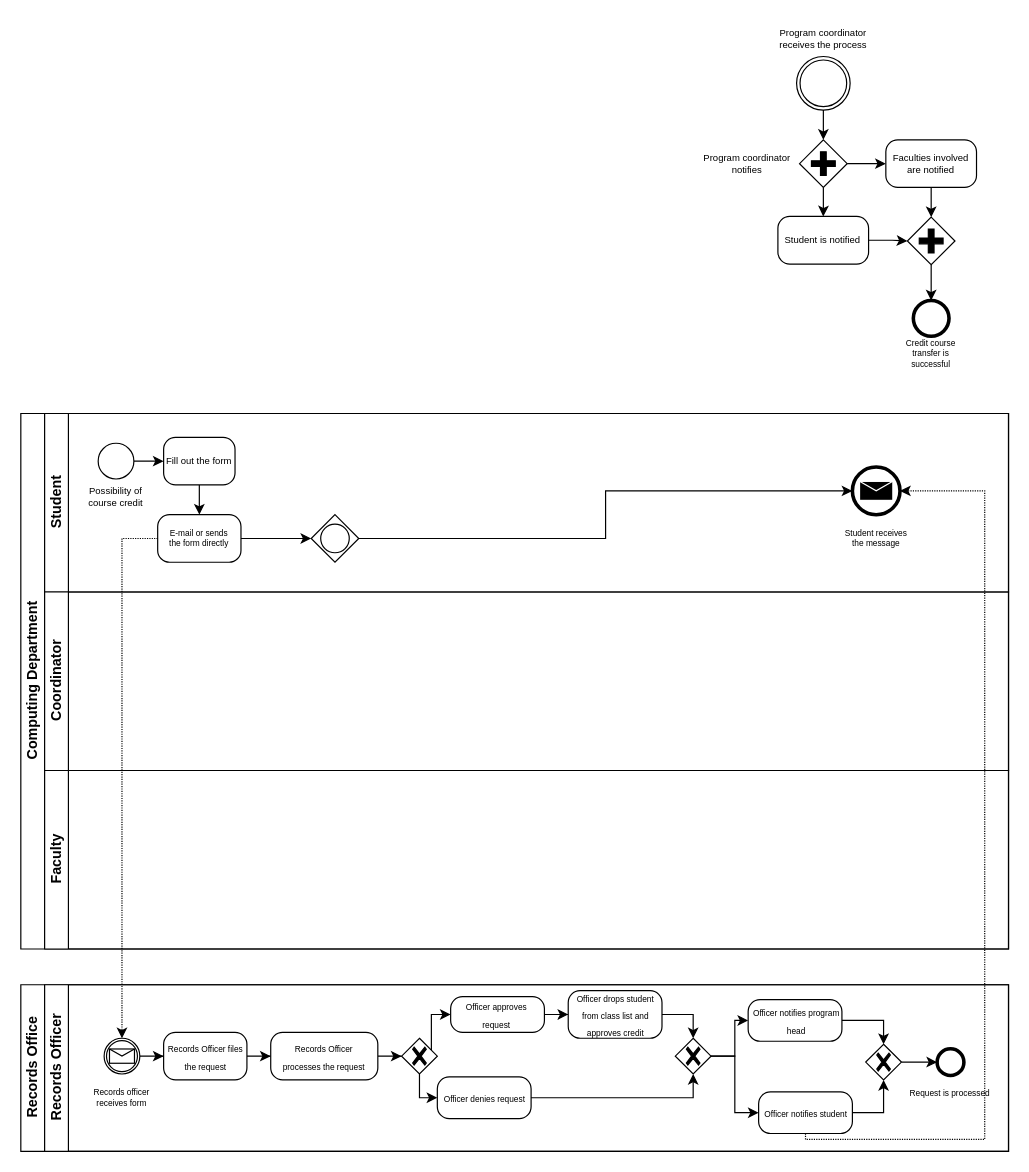
Above: Untitled Diagram.drawio in gdcho/comp1712 (draw.io), before the change. Source tidied: cells renumbered, new cells numbered last; positions are measured from the earlier drawing's top-left corner, leaving out a move shared by most shapes. Both pictures are drawn from the tidied source at 119%, with x=0, y=0 at pixel (20, 20).
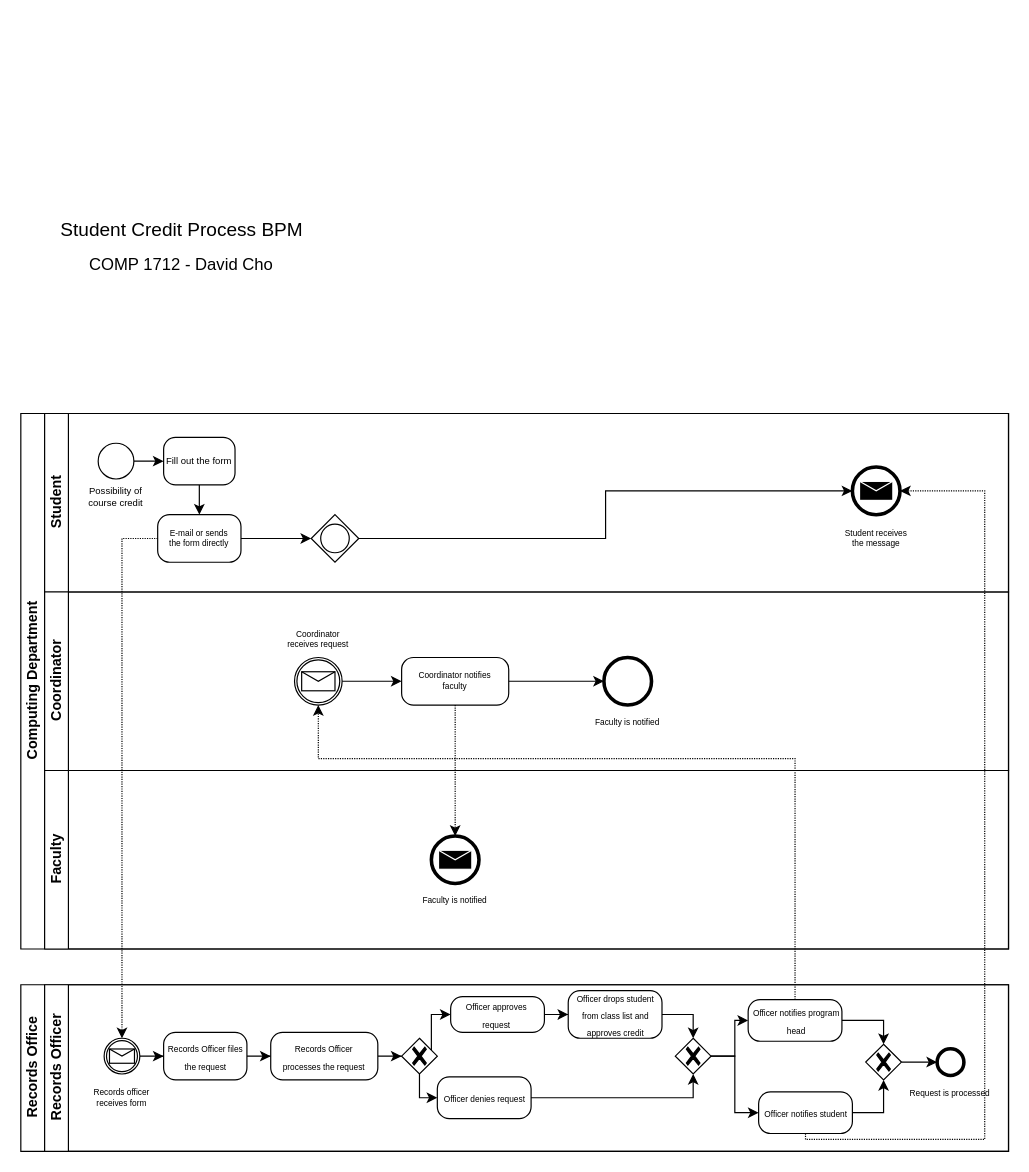
Above is the later version.

The change refers to these unchanged cells:
```xml
<mxCell id="17" value="&lt;div&gt;Computing Department&lt;/div&gt;" style="swimlane;horizontal=0;startSize=20;html=1;" parent="1" vertex="1">
  <mxGeometry y="330" width="830" height="450" as="geometry" />
</mxCell>
<mxCell id="31" value="Coordinator" style="swimlane;startSize=20;horizontal=0;html=1;" parent="17" vertex="1">
  <mxGeometry x="20" y="150" width="810" height="150" as="geometry" />
</mxCell>
<mxCell id="32" value="Faculty" style="swimlane;startSize=20;horizontal=0;html=1;" parent="17" vertex="1">
  <mxGeometry x="20" y="300" width="810" height="150" as="geometry" />
</mxCell>
<mxCell id="60" style="points=[[0.25,0,0],[0.5,0,0],[0.75,0,0],[1,0.25,0],[1,0.5,0],[1,0.75,0],[0.75,1,0],[0.5,1,0],[0.25,1,0],[0,0.75,0],[0,0.5,0],[0,0.25,0]];shape=mxgraph.bpmn.task;whiteSpace=wrap;rectStyle=rounded;size=10;html=1;taskMarker=abstract;" parent="34" vertex="1">
  <mxGeometry x="591.2" y="12.5" width="78.8" height="35" as="geometry" />
</mxCell>
```

Diff of the diagram source:
```diff
@@
-    <mxCell id="2" style="points=[[0.145,0.145,0],[0.5,0,0],[0.855,0.145,0],[1,0.5,0],[0.855,0.855,0],[0.5,1,0],[0.145,0.855,0],[0,0.5,0]];shape=mxgraph.bpmn.event;html=1;verticalLabelPosition=bottom;labelBackgroundColor=#ffffff;verticalAlign=top;align=center;perimeter=ellipsePerimeter;outlineConnect=0;outline=end;symbol=terminate2;" parent="1" vertex="1">
-      <mxGeometry x="750" y="235" width="30" height="30" as="geometry" />
-    </mxCell>
-    <mxCell id="3" value="Credit course transfer is successful" style="text;html=1;strokeColor=none;fillColor=none;align=center;verticalAlign=middle;whiteSpace=wrap;rounded=0;fontSize=7;" parent="1" vertex="1">
-      <mxGeometry x="735" y="265" width="60" height="30" as="geometry" />
-    </mxCell>
-    <mxCell id="4" style="edgeStyle=orthogonalEdgeStyle;rounded=0;jettySize=auto;html=1;fontSize=8;" parent="1" edge="1" source="5" target="9">
-      <mxGeometry relative="1" as="geometry" />
-    </mxCell>
-    <mxCell id="5" style="points=[[0.145,0.145,0],[0.5,0,0],[0.855,0.145,0],[1,0.5,0],[0.855,0.855,0],[0.5,1,0],[0.145,0.855,0],[0,0.5,0]];shape=mxgraph.bpmn.event;html=1;verticalLabelPosition=bottom;labelBackgroundColor=#ffffff;verticalAlign=top;align=center;perimeter=ellipsePerimeter;outlineConnect=0;outline=throwing;symbol=general;fontSize=8;" parent="1" vertex="1">
-      <mxGeometry x="651.9" y="30" width="45" height="45" as="geometry" />
-    </mxCell>
-    <mxCell id="6" value="Program coordinator receives the process" style="text;html=1;strokeColor=none;fillColor=none;align=center;verticalAlign=middle;whiteSpace=wrap;rounded=0;fontSize=8;" parent="1" vertex="1">
-      <mxGeometry x="630.7" width="87.2" height="30" as="geometry" />
-    </mxCell>
-    <mxCell id="7" style="edgeStyle=orthogonalEdgeStyle;rounded=0;jettySize=auto;html=1;fontSize=8;" parent="1" edge="1" source="9" target="13">
-      <mxGeometry relative="1" as="geometry" />
-    </mxCell>
-    <mxCell id="8" style="edgeStyle=orthogonalEdgeStyle;rounded=0;jettySize=auto;html=1;fontSize=8;" parent="1" edge="1" source="9" target="11">
-      <mxGeometry relative="1" as="geometry" />
-    </mxCell>
-    <mxCell id="9" style="points=[[0.25,0.25,0],[0.5,0,0],[0.75,0.25,0],[1,0.5,0],[0.75,0.75,0],[0.5,1,0],[0.25,0.75,0],[0,0.5,0]];shape=mxgraph.bpmn.gateway2;html=1;verticalLabelPosition=bottom;labelBackgroundColor=#ffffff;verticalAlign=top;align=center;perimeter=rhombusPerimeter;outlineConnect=0;outline=none;symbol=none;gwType=parallel;fontSize=8;" parent="1" vertex="1">
-      <mxGeometry x="654.4" y="100" width="40" height="40" as="geometry" />
-    </mxCell>
-    <mxCell id="10" style="edgeStyle=orthogonalEdgeStyle;rounded=0;jettySize=auto;html=1;fontSize=8;" parent="1" edge="1" source="11" target="15">
-      <mxGeometry relative="1" as="geometry" />
-    </mxCell>
-    <mxCell id="11" value="Student is notified" style="points=[[0.25,0,0],[0.5,0,0],[0.75,0,0],[1,0.25,0],[1,0.5,0],[1,0.75,0],[0.75,1,0],[0.5,1,0],[0.25,1,0],[0,0.75,0],[0,0.5,0],[0,0.25,0]];shape=mxgraph.bpmn.task;whiteSpace=wrap;rectStyle=rounded;size=10;html=1;taskMarker=abstract;fontSize=8;" parent="1" vertex="1">
-      <mxGeometry x="636.2" y="164.4" width="76.2" height="40" as="geometry" />
-    </mxCell>
-    <mxCell id="12" style="edgeStyle=orthogonalEdgeStyle;rounded=0;jettySize=auto;html=1;fontSize=8;" parent="1" edge="1" source="13" target="15">
-      <mxGeometry relative="1" as="geometry" />
-    </mxCell>
-    <mxCell id="13" value="Faculties involved are notified" style="points=[[0.25,0,0],[0.5,0,0],[0.75,0,0],[1,0.25,0],[1,0.5,0],[1,0.75,0],[0.75,1,0],[0.5,1,0],[0.25,1,0],[0,0.75,0],[0,0.5,0],[0,0.25,0]];shape=mxgraph.bpmn.task;whiteSpace=wrap;rectStyle=rounded;size=10;html=1;taskMarker=abstract;fontSize=8;" parent="1" vertex="1">
-      <mxGeometry x="726.9" y="100" width="76.2" height="40" as="geometry" />
-    </mxCell>
-    <mxCell id="14" style="edgeStyle=orthogonalEdgeStyle;rounded=0;jettySize=auto;html=1;fontSize=8;" parent="1" edge="1" source="15" target="2">
-      <mxGeometry relative="1" as="geometry" />
-    </mxCell>
-    <mxCell id="15" style="points=[[0.25,0.25,0],[0.5,0,0],[0.75,0.25,0],[1,0.5,0],[0.75,0.75,0],[0.5,1,0],[0.25,0.75,0],[0,0.5,0]];shape=mxgraph.bpmn.gateway2;html=1;verticalLabelPosition=bottom;labelBackgroundColor=#ffffff;verticalAlign=top;align=center;perimeter=rhombusPerimeter;outlineConnect=0;outline=none;symbol=none;gwType=parallel;fontSize=8;" parent="1" vertex="1">
-      <mxGeometry x="745" y="165" width="40" height="40" as="geometry" />
-    </mxCell>
-    <mxCell id="16" value="Program coordinator notifies" style="text;html=1;strokeColor=none;fillColor=none;align=center;verticalAlign=middle;whiteSpace=wrap;rounded=0;fontSize=8;" parent="1" vertex="1">
-      <mxGeometry x="567.1" y="105" width="87.2" height="30" as="geometry" />
-    </mxCell>
@@
+    <mxCell id="71" style="edgeStyle=orthogonalEdgeStyle;rounded=0;jettySize=auto;html=1;entryX=0;entryY=0.5;entryDx=0;entryDy=0;entryPerimeter=0;" parent="31" edge="1" source="72" target="75">
+      <mxGeometry relative="1" as="geometry" />
+    </mxCell>
+    <mxCell id="72" style="points=[[0.145,0.145,0],[0.5,0,0],[0.855,0.145,0],[1,0.5,0],[0.855,0.855,0],[0.5,1,0],[0.145,0.855,0],[0,0.5,0]];shape=mxgraph.bpmn.event;html=1;verticalLabelPosition=bottom;labelBackgroundColor=#ffffff;verticalAlign=top;align=center;perimeter=ellipsePerimeter;outlineConnect=0;outline=catching;symbol=message;" parent="31" vertex="1">
+      <mxGeometry x="210" y="55" width="40" height="40" as="geometry" />
+    </mxCell>
+    <mxCell id="73" value="Coordinator receives request" style="text;html=1;strokeColor=none;fillColor=none;align=center;verticalAlign=middle;whiteSpace=wrap;rounded=0;fontSize=7;" parent="31" vertex="1">
+      <mxGeometry x="200" y="25" width="60" height="30" as="geometry" />
+    </mxCell>
+    <mxCell id="74" style="edgeStyle=orthogonalEdgeStyle;rounded=0;jettySize=auto;html=1;entryX=0;entryY=0.5;entryDx=0;entryDy=0;entryPerimeter=0;" parent="31" edge="1" source="75" target="77">
+      <mxGeometry relative="1" as="geometry" />
+    </mxCell>
+    <mxCell id="75" style="points=[[0.25,0,0],[0.5,0,0],[0.75,0,0],[1,0.25,0],[1,0.5,0],[1,0.75,0],[0.75,1,0],[0.5,1,0],[0.25,1,0],[0,0.75,0],[0,0.5,0],[0,0.25,0]];shape=mxgraph.bpmn.task;whiteSpace=wrap;rectStyle=rounded;size=10;html=1;taskMarker=abstract;" parent="31" vertex="1">
+      <mxGeometry x="300" y="55" width="90" height="40" as="geometry" />
+    </mxCell>
+    <mxCell id="76" value="Coordinator notifies faculty" style="text;html=1;strokeColor=none;fillColor=none;align=center;verticalAlign=middle;whiteSpace=wrap;rounded=0;fontSize=7;" parent="31" vertex="1">
+      <mxGeometry x="310" y="60" width="70" height="30" as="geometry" />
+    </mxCell>
+    <mxCell id="77" style="points=[[0.145,0.145,0],[0.5,0,0],[0.855,0.145,0],[1,0.5,0],[0.855,0.855,0],[0.5,1,0],[0.145,0.855,0],[0,0.5,0]];shape=mxgraph.bpmn.event;html=1;verticalLabelPosition=bottom;labelBackgroundColor=#ffffff;verticalAlign=top;align=center;perimeter=ellipsePerimeter;outlineConnect=0;outline=end;symbol=terminate2;" parent="31" vertex="1">
+      <mxGeometry x="470" y="55" width="40" height="40" as="geometry" />
+    </mxCell>
+    <mxCell id="78" value="Faculty is notified" style="text;html=1;strokeColor=none;fillColor=none;align=center;verticalAlign=middle;whiteSpace=wrap;rounded=0;fontSize=7;" parent="31" vertex="1">
+      <mxGeometry x="455" y="95" width="70" height="30" as="geometry" />
+    </mxCell>
+    <mxCell id="79" style="edgeStyle=orthogonalEdgeStyle;rounded=0;jettySize=auto;html=1;dashed=1;dashPattern=1 1;" parent="17" edge="1" source="75" target="80">
+      <mxGeometry relative="1" as="geometry" />
+    </mxCell>
@@
+    <mxCell id="80" style="points=[[0.145,0.145,0],[0.5,0,0],[0.855,0.145,0],[1,0.5,0],[0.855,0.855,0],[0.5,1,0],[0.145,0.855,0],[0,0.5,0]];shape=mxgraph.bpmn.event;html=1;verticalLabelPosition=bottom;labelBackgroundColor=#ffffff;verticalAlign=top;align=center;perimeter=ellipsePerimeter;outlineConnect=0;outline=end;symbol=message;" parent="32" vertex="1">
+      <mxGeometry x="325" y="55" width="40" height="40" as="geometry" />
+    </mxCell>
+    <mxCell id="81" value="Faculty is notified" style="text;html=1;strokeColor=none;fillColor=none;align=center;verticalAlign=middle;whiteSpace=wrap;rounded=0;fontSize=7;" parent="32" vertex="1">
+      <mxGeometry x="310" y="95" width="70" height="30" as="geometry" />
+    </mxCell>
@@
+    <mxCell id="82" style="edgeStyle=orthogonalEdgeStyle;rounded=0;jettySize=auto;html=1;dashed=1;dashPattern=1 1;" parent="1" edge="1" source="60" target="72">
+      <mxGeometry relative="1" as="geometry">
+        <Array as="points">
+          <mxPoint x="651" y="620" />
+          <mxPoint x="250" y="620" />
+        </Array>
+      </mxGeometry>
+    </mxCell>
+    <mxCell id="83" value="Student Credit Process BPM" style="text;html=1;align=center;verticalAlign=middle;strokeColor=none;fillColor=none;fontSize=16;" parent="1" vertex="1">
+      <mxGeometry x="20" y="160" width="230" height="30" as="geometry" />
+    </mxCell>
+    <mxCell id="84" value="COMP 1712 - David Cho " style="text;html=1;strokeColor=none;fillColor=none;align=center;verticalAlign=middle;whiteSpace=wrap;rounded=0;fontSize=14;" parent="1" vertex="1">
+      <mxGeometry x="20" y="190" width="230" height="30" as="geometry" />
+    </mxCell>
```
